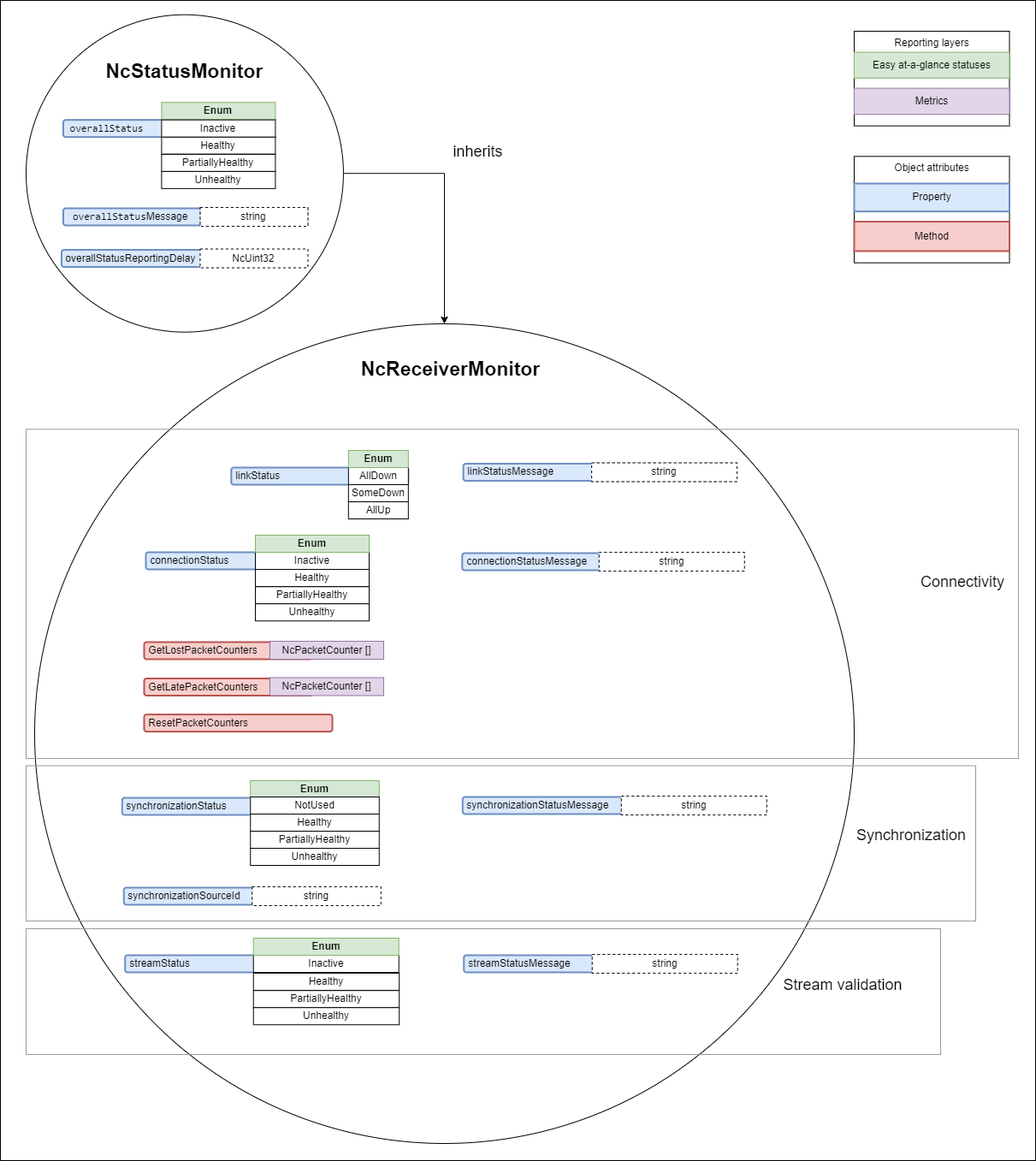
Earlier version of the draw.io export docs/images/receiver-model-minimal.png (AMWA-TV/bcp-008-01). Source tidied: cells renumbered, new cells last; positions are measured from the earlier drawing's top-left corner, leaving out a move shared by most shapes.
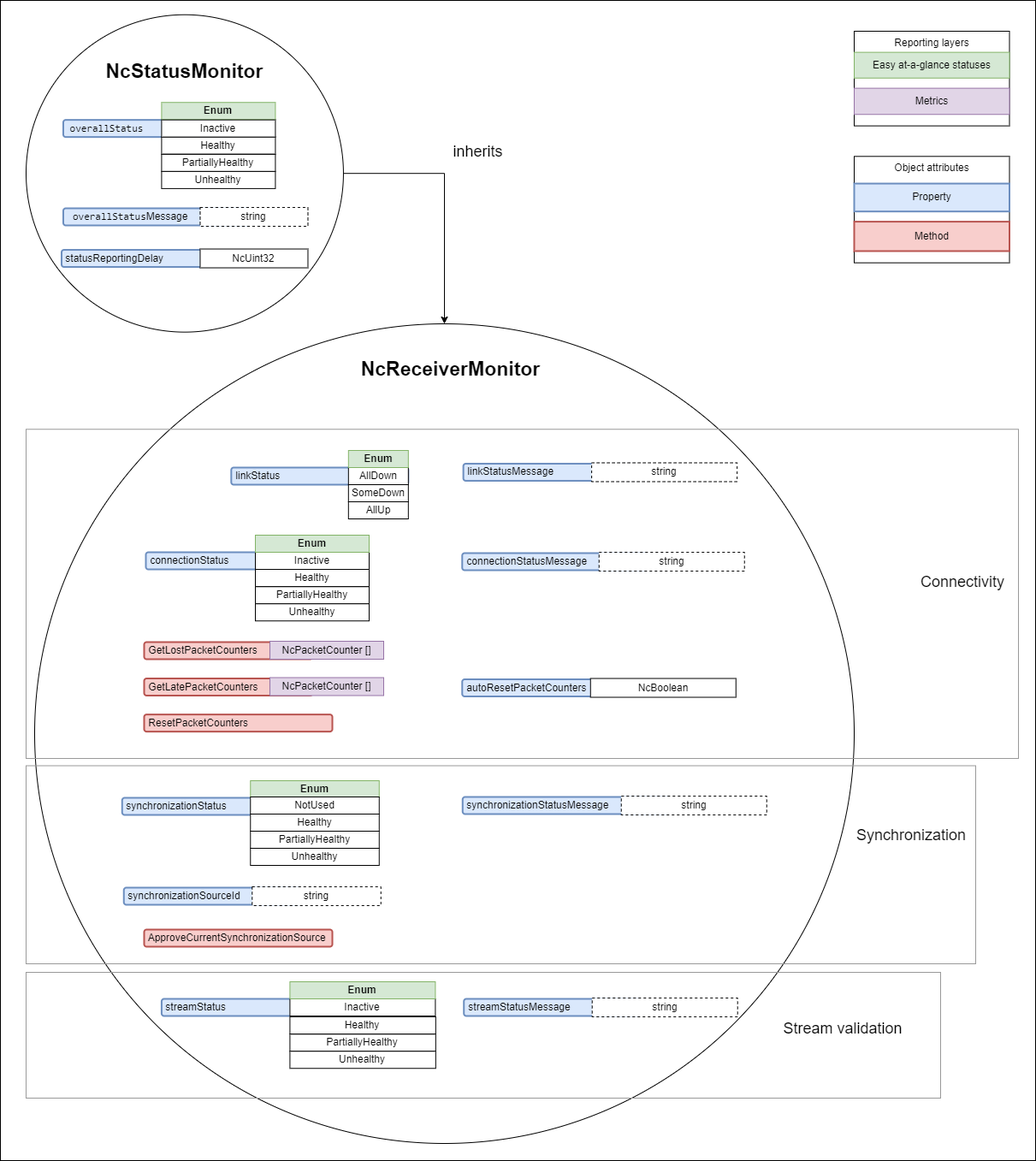
After the change.

Diff of the diagram source:
```diff
@@ -78,19 +78,19 @@
       <mxGeometry x="168" y="834.6" width="220" height="20" as="geometry" />
     </mxCell>
     <mxCell id="27" value="&amp;nbsp;streamStatus" style="rounded=1;whiteSpace=wrap;html=1;align=left;fillColor=#dae8fc;strokeColor=#6c8ebf;strokeWidth=2;" parent="1" vertex="1">
-      <mxGeometry x="145.7" y="1116" width="207.5" height="20" as="geometry" />
+      <mxGeometry x="188.4" y="1167" width="207.5" height="20" as="geometry" />
     </mxCell>
     <mxCell id="28" value="Inactive" style="rounded=0;whiteSpace=wrap;html=1;" parent="1" vertex="1">
-      <mxGeometry x="295.7" y="1116" width="170" height="20" as="geometry" />
+      <mxGeometry x="338.4" y="1167" width="170" height="20" as="geometry" />
     </mxCell>
     <mxCell id="29" value="Enum" style="rounded=0;whiteSpace=wrap;html=1;fillColor=#d5e8d4;strokeColor=#82b366;fontStyle=1;" parent="1" vertex="1">
-      <mxGeometry x="295.7" y="1096" width="170" height="20" as="geometry" />
+      <mxGeometry x="338.4" y="1147" width="170" height="20" as="geometry" />
     </mxCell>
     <mxCell id="30" value="&amp;nbsp;streamStatusMessage" style="rounded=1;whiteSpace=wrap;html=1;align=left;fillColor=#dae8fc;strokeColor=#6c8ebf;strokeWidth=2;" parent="1" vertex="1">
-      <mxGeometry x="541.7" y="1116" width="207.5" height="20" as="geometry" />
+      <mxGeometry x="541.7" y="1167" width="207.5" height="20" as="geometry" />
     </mxCell>
     <mxCell id="31" value="string" style="rounded=0;whiteSpace=wrap;html=1;dashed=1;" parent="1" vertex="1">
-      <mxGeometry x="691.7" y="1115" width="170" height="22" as="geometry" />
+      <mxGeometry x="691.7" y="1166" width="170" height="22" as="geometry" />
     </mxCell>
     <mxCell id="32" value="&amp;nbsp;linkStatusMessage" style="rounded=1;whiteSpace=wrap;html=1;align=left;fillColor=#dae8fc;strokeColor=#6c8ebf;strokeWidth=2;" parent="1" vertex="1">
       <mxGeometry x="541.1" y="541.5" width="207.5" height="20" as="geometry" />
@@ -154,13 +154,13 @@
       <mxGeometry x="497.1" y="159.7" width="123" height="30" as="geometry" />
     </mxCell>
     <mxCell id="51" value="Healthy" style="rounded=0;whiteSpace=wrap;html=1;" parent="1" vertex="1">
-      <mxGeometry x="295.7" y="1137" width="170.4" height="20" as="geometry" />
+      <mxGeometry x="338.4" y="1188" width="170.4" height="20" as="geometry" />
     </mxCell>
     <mxCell id="52" value="PartiallyHealthy" style="rounded=0;whiteSpace=wrap;html=1;" parent="1" vertex="1">
-      <mxGeometry x="295.7" y="1157.2" width="170.4" height="20" as="geometry" />
+      <mxGeometry x="338.4" y="1208.2" width="170.4" height="20" as="geometry" />
     </mxCell>
     <mxCell id="53" value="Unhealthy" style="rounded=0;whiteSpace=wrap;html=1;" parent="1" vertex="1">
-      <mxGeometry x="295.7" y="1177.2" width="170.4" height="20" as="geometry" />
+      <mxGeometry x="338.4" y="1228.2" width="170.4" height="20" as="geometry" />
     </mxCell>
     <mxCell id="54" value="&amp;nbsp;&lt;code&gt; &lt;span class=&quot;nx&quot;&gt;overallStatus&lt;/span&gt;&lt;span class=&quot;p&quot;&gt;&lt;/span&gt;&lt;/code&gt;Message" style="rounded=1;whiteSpace=wrap;html=1;align=left;fillColor=#dae8fc;strokeColor=#6c8ebf;strokeWidth=2;" parent="1" vertex="1">
       <mxGeometry x="73.5" y="243" width="217.5" height="20" as="geometry" />
@@ -175,16 +175,16 @@
       <mxGeometry x="1010" y="961" width="110" height="30" as="geometry" />
     </mxCell>
     <mxCell id="58" style="rounded=0;whiteSpace=wrap;html=1;fillStyle=hatch;fillColor=none;strokeColor=#999999;" parent="1" vertex="1">
-      <mxGeometry x="30" y="894.5" width="1110" height="181.5" as="geometry" />
+      <mxGeometry x="30" y="894.5" width="1110" height="231.5" as="geometry" />
     </mxCell>
     <mxCell id="59" value="Connectivity" style="text;html=1;align=center;verticalAlign=middle;whiteSpace=wrap;rounded=0;fontSize=18;" parent="1" vertex="1">
       <mxGeometry x="1070" y="665" width="110" height="30" as="geometry" />
     </mxCell>
     <mxCell id="60" value="Stream validation" style="text;html=1;align=center;verticalAlign=middle;whiteSpace=wrap;rounded=0;fontSize=18;" parent="1" vertex="1">
-      <mxGeometry x="910" y="1136" width="150" height="30" as="geometry" />
+      <mxGeometry x="910" y="1187" width="150" height="30" as="geometry" />
     </mxCell>
     <mxCell id="61" style="rounded=0;whiteSpace=wrap;html=1;fillStyle=hatch;fillColor=none;strokeColor=#999999;" parent="1" vertex="1">
-      <mxGeometry x="30" y="1085" width="1069" height="147" as="geometry" />
+      <mxGeometry x="30" y="1136" width="1069" height="147" as="geometry" />
     </mxCell>
     <mxCell id="62" value="Inactive" style="rounded=0;whiteSpace=wrap;html=1;" parent="1" vertex="1">
       <mxGeometry x="188.4" y="139.7" width="133" height="20" as="geometry" />
@@ -201,11 +201,20 @@
     <mxCell id="66" value="PartiallyHealthy" style="rounded=0;whiteSpace=wrap;html=1;" parent="1" vertex="1">
       <mxGeometry x="292.3" y="971" width="150.5" height="20" as="geometry" />
     </mxCell>
-    <mxCell id="67" value="&amp;nbsp;overallStatusReportingDelay" style="rounded=1;whiteSpace=wrap;html=1;align=left;fillColor=#dae8fc;strokeColor=#6c8ebf;strokeWidth=2;" parent="1" vertex="1">
+    <mxCell id="67" value="&amp;nbsp;statusReportingDelay" style="rounded=1;whiteSpace=wrap;html=1;align=left;fillColor=#dae8fc;strokeColor=#6c8ebf;strokeWidth=2;" parent="1" vertex="1">
       <mxGeometry x="71.5" y="291.5" width="217.5" height="20" as="geometry" />
     </mxCell>
-    <mxCell id="68" value="NcUint32" style="rounded=0;whiteSpace=wrap;html=1;dashed=1;" parent="1" vertex="1">
+    <mxCell id="68" value="NcUint32" style="rounded=0;whiteSpace=wrap;html=1;" parent="1" vertex="1">
       <mxGeometry x="233.5" y="290.5" width="126" height="22" as="geometry" />
     </mxCell>
+    <mxCell id="69" value="&amp;nbsp;autoResetPacketCounters" style="rounded=1;whiteSpace=wrap;html=1;align=left;fillColor=#dae8fc;strokeColor=#6c8ebf;strokeWidth=2;" parent="1" vertex="1">
+      <mxGeometry x="539.8" y="793.5" width="207.5" height="20" as="geometry" />
+    </mxCell>
+    <mxCell id="70" value="NcBoolean" style="rounded=0;whiteSpace=wrap;html=1;" parent="1" vertex="1">
+      <mxGeometry x="689.8" y="792.5" width="170" height="22" as="geometry" />
+    </mxCell>
+    <mxCell id="71" value="&amp;nbsp;ApproveCurrentSynchronizationSource" style="rounded=1;whiteSpace=wrap;html=1;align=left;fillColor=#f8cecc;strokeColor=#b85450;strokeWidth=2;" parent="1" vertex="1">
+      <mxGeometry x="168" y="1086" width="220" height="20" as="geometry" />
+    </mxCell>
   </root>
 </mxGraphModel>
```
